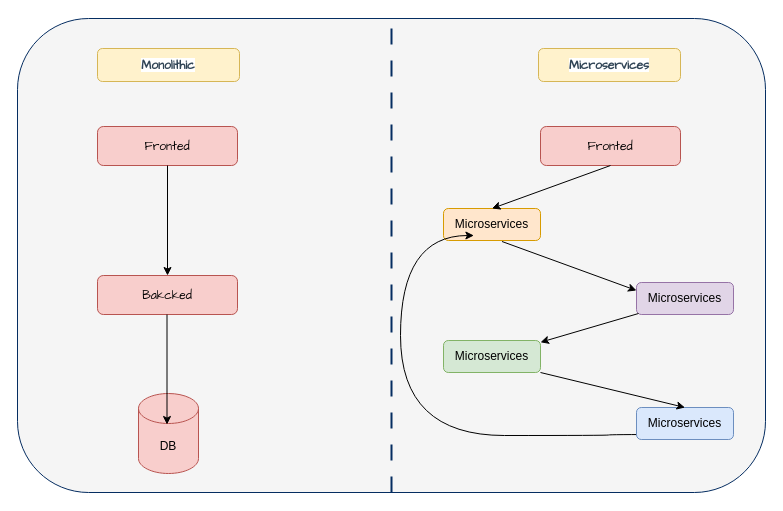
Earlier version of the draw.io diagram 单体和微服务的区别.drawio (BJPotter/drawio). Source tidied: cells renumbered, new cells numbered last; positions are measured from the earlier drawing's top-left corner, leaving out a move shared by most shapes. Both pictures are drawn from the tidied source at 100%, with x=0, y=0 at pixel (17, 18).
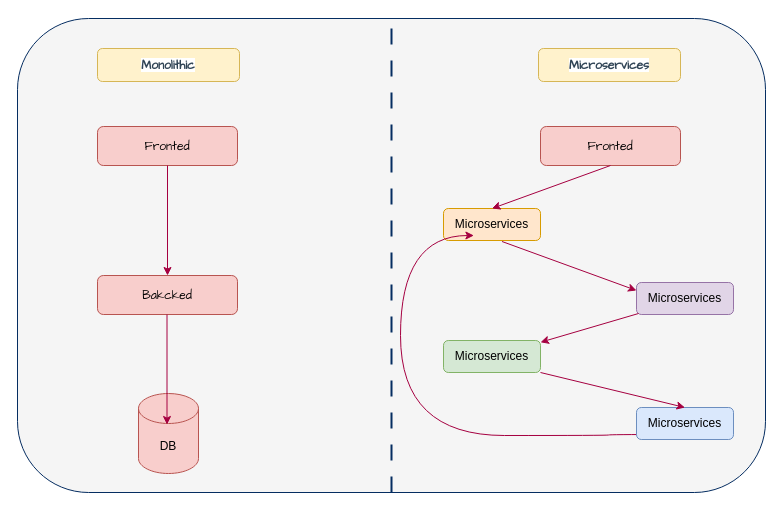
After the change.

Commit message (it also covers changes not shown here):
更新单体和微服务的区别.drawio

Unchanged cells that the change refers to:
```xml
<mxCell id="6" value="&lt;font face=&quot;Comic Sans MS&quot;&gt;Fronted&lt;/font&gt;" style="rounded=1;whiteSpace=wrap;html=1;fillColor=#f8cecc;strokeColor=#b85450;" parent="1" vertex="1">
  <mxGeometry x="80" y="108" width="140" height="39" as="geometry" />
</mxCell>
<mxCell id="7" value="&lt;font face=&quot;Comic Sans MS&quot;&gt;Bakcked&lt;/font&gt;" style="rounded=1;whiteSpace=wrap;html=1;fillColor=#f8cecc;strokeColor=#b85450;" parent="1" vertex="1">
  <mxGeometry x="80" y="257" width="140" height="39" as="geometry" />
</mxCell>
<mxCell id="11" value="&lt;font face=&quot;Comic Sans MS&quot;&gt;Fronted&lt;/font&gt;" style="rounded=1;whiteSpace=wrap;html=1;fillColor=#f8cecc;strokeColor=#b85450;" parent="1" vertex="1">
  <mxGeometry x="523" y="108" width="140" height="39" as="geometry" />
</mxCell>
<mxCell id="12" value="Microservices" style="rounded=1;whiteSpace=wrap;html=1;fillColor=#ffe6cc;strokeColor=#d79b00;" parent="1" vertex="1">
  <mxGeometry x="426" y="190" width="97" height="32" as="geometry" />
</mxCell>
<mxCell id="13" value="Microservices" style="rounded=1;whiteSpace=wrap;html=1;fillColor=#e1d5e7;strokeColor=#9673a6;" parent="1" vertex="1">
  <mxGeometry x="619" y="264" width="97" height="32" as="geometry" />
</mxCell>
<mxCell id="14" value="Microservices" style="rounded=1;whiteSpace=wrap;html=1;fillColor=#d5e8d4;strokeColor=#82b366;" parent="1" vertex="1">
  <mxGeometry x="426" y="322" width="97" height="32" as="geometry" />
</mxCell>
<mxCell id="16" value="Microservices" style="rounded=1;whiteSpace=wrap;html=1;fillColor=#dae8fc;strokeColor=#6c8ebf;" parent="1" vertex="1">
  <mxGeometry x="619" y="389" width="97" height="32" as="geometry" />
</mxCell>
```

The edit, as a diff of the source:
```diff
@@
-    <mxCell id="9" style="endArrow=classic;html=1;rounded=0;exitX=0.5;exitY=1;exitDx=0;exitDy=0;flowAnimation=1;" parent="1" edge="1" source="6" target="7">
+    <mxCell id="9" style="endArrow=classic;html=1;rounded=0;exitX=0.5;exitY=1;exitDx=0;exitDy=0;flowAnimation=1;fillColor=#d80073;strokeColor=#A50040;" parent="1" edge="1" source="6" target="7">
       <mxGeometry relative="1" as="geometry" />
     </mxCell>
-    <mxCell id="10" style="endArrow=classic;html=1;rounded=0;exitX=0.5;exitY=1;exitDx=0;exitDy=0;flowAnimation=1;" parent="1" edge="1">
+    <mxCell id="10" style="endArrow=classic;html=1;rounded=0;exitX=0.5;exitY=1;exitDx=0;exitDy=0;flowAnimation=1;fillColor=#d80073;strokeColor=#A50040;" parent="1" edge="1">
       <mxGeometry relative="1" as="geometry">
         <mxPoint x="149.5" y="296" as="sourcePoint" />
         <mxPoint x="149.5" y="406" as="targetPoint" />
       </mxGeometry>
     </mxCell>
@@
-    <mxCell id="15" style="edgeStyle=orthogonalEdgeStyle;rounded=0;orthogonalLoop=1;jettySize=auto;html=1;exitX=0.5;exitY=1;exitDx=0;exitDy=0;entryX=0.5;entryY=1;entryDx=0;entryDy=0;curved=1;flowAnimation=1;" parent="1" edge="1">
+    <mxCell id="15" style="edgeStyle=orthogonalEdgeStyle;rounded=0;orthogonalLoop=1;jettySize=auto;html=1;exitX=0.5;exitY=1;exitDx=0;exitDy=0;entryX=0.5;entryY=1;entryDx=0;entryDy=0;curved=1;flowAnimation=1;fillColor=#d80073;strokeColor=#A50040;" parent="1" edge="1">
       <mxGeometry relative="1" as="geometry">
         <mxPoint x="649.4" y="416" as="sourcePoint" />
         <mxPoint x="456.4" y="217" as="targetPoint" />
         <Array as="points">
           <mxPoint x="591" y="416" />
           <mxPoint x="591" y="417" />
           <mxPoint x="383" y="417" />
           <mxPoint x="383" y="217" />
         </Array>
       </mxGeometry>
     </mxCell>
@@
-    <mxCell id="17" style="endArrow=classic;html=1;rounded=0;exitX=0.5;exitY=1;exitDx=0;exitDy=0;entryX=0.5;entryY=0;entryDx=0;entryDy=0;flowAnimation=1;" parent="1" edge="1" source="11" target="12">
+    <mxCell id="17" style="endArrow=classic;html=1;rounded=0;exitX=0.5;exitY=1;exitDx=0;exitDy=0;entryX=0.5;entryY=0;entryDx=0;entryDy=0;flowAnimation=1;fillColor=#d80073;strokeColor=#A50040;" parent="1" edge="1" source="11" target="12">
       <mxGeometry relative="1" as="geometry" />
     </mxCell>
-    <mxCell id="18" style="endArrow=classic;html=1;rounded=0;exitX=0.603;exitY=1.031;exitDx=0;exitDy=0;exitPerimeter=0;entryX=0;entryY=0.25;entryDx=0;entryDy=0;flowAnimation=1;" parent="1" edge="1" source="12" target="13">
+    <mxCell id="18" style="endArrow=classic;html=1;rounded=0;exitX=0.603;exitY=1.031;exitDx=0;exitDy=0;exitPerimeter=0;entryX=0;entryY=0.25;entryDx=0;entryDy=0;flowAnimation=1;fillColor=#d80073;strokeColor=#A50040;" parent="1" edge="1" source="12" target="13">
       <mxGeometry relative="1" as="geometry" />
     </mxCell>
-    <mxCell id="19" style="endArrow=classic;html=1;rounded=0;flowAnimation=1;" parent="1" edge="1" target="14">
+    <mxCell id="19" style="endArrow=classic;html=1;rounded=0;flowAnimation=1;fillColor=#d80073;strokeColor=#A50040;" parent="1" edge="1" target="14">
       <mxGeometry relative="1" as="geometry">
         <mxPoint x="621" y="295" as="sourcePoint" />
       </mxGeometry>
     </mxCell>
-    <mxCell id="20" style="endArrow=classic;html=1;rounded=0;entryX=0.5;entryY=0;entryDx=0;entryDy=0;exitX=1;exitY=1;exitDx=0;exitDy=0;flowAnimation=1;" parent="1" edge="1" source="14" target="16">
+    <mxCell id="20" style="endArrow=classic;html=1;rounded=0;entryX=0.5;entryY=0;entryDx=0;entryDy=0;exitX=1;exitY=1;exitDx=0;exitDy=0;flowAnimation=1;fillColor=#d80073;strokeColor=#A50040;" parent="1" edge="1" source="14" target="16">
       <mxGeometry relative="1" as="geometry" />
     </mxCell>
```
